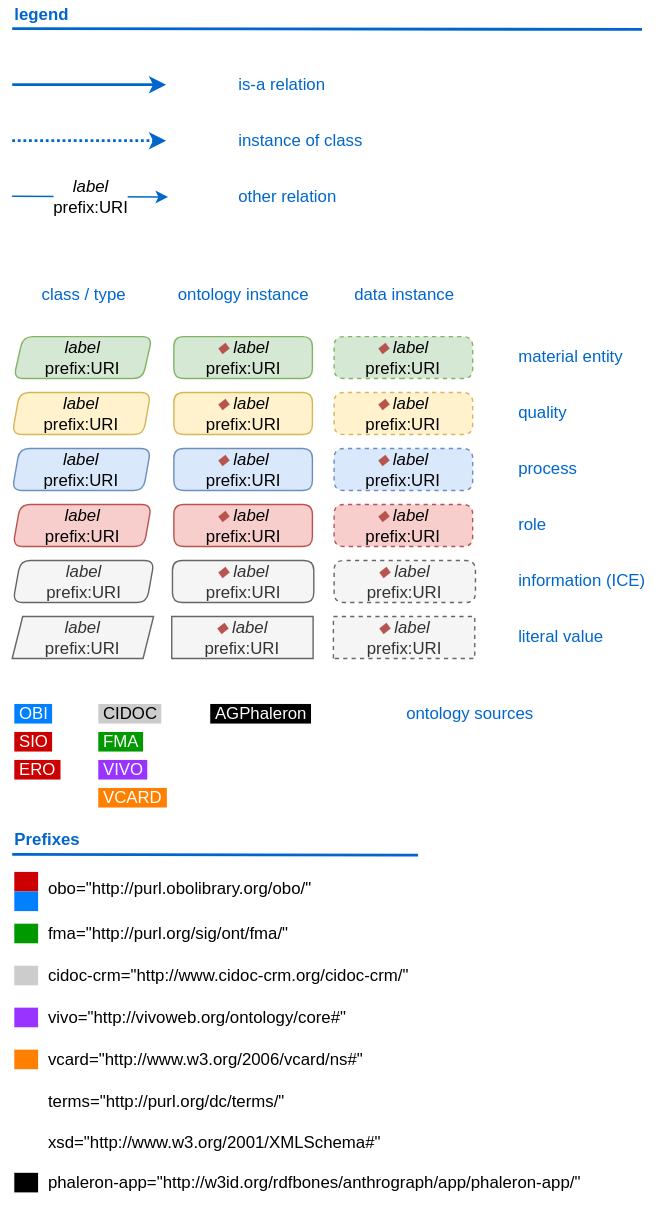
Above: NetworkGraphics/NetworkGraphLegend.svg in RDFBones/RDFBonesGraphics (draw.io), before the change. Source tidied: cells renumbered, new cells last; positions are measured from the earlier drawing's top-left corner, leaving out a move shared by most shapes.
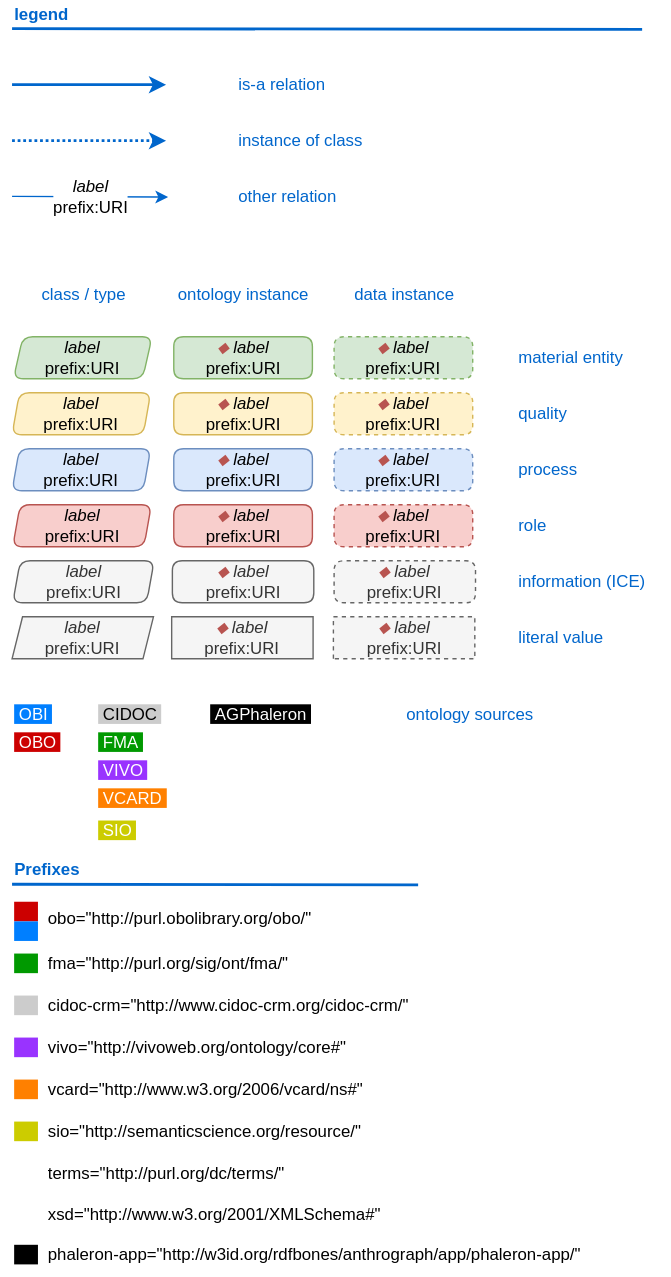
The same file after the commit.

Commit message:
Added sio prefix and corrected color code for sio.

Change to the diagram source:
```diff
@@ -136,31 +136,28 @@
     <mxCell id="41" value="&lt;font size=&quot;1&quot; color=&quot;#ffffff&quot;&gt;&lt;span style=&quot;line-height: 100% ; background-color: rgb(0 , 153 , 0) ; font-size: 12px&quot;&gt;&amp;nbsp;FMA&amp;nbsp;&lt;/span&gt;&lt;/font&gt;" style="text;html=1;align=left;verticalAlign=top;spacingTop=-4;" parent="1" vertex="1">
       <mxGeometry x="60" y="520" width="50" height="20" as="geometry" />
     </mxCell>
-    <mxCell id="42" value="&lt;font size=&quot;1&quot; color=&quot;#ffffff&quot;&gt;&lt;span style=&quot;line-height: 100% ; font-size: 12px ; background-color: rgb(204 , 0 , 0)&quot;&gt;&amp;nbsp;SIO&amp;nbsp;&lt;/span&gt;&lt;/font&gt;" style="text;html=1;align=left;verticalAlign=top;spacingTop=-4;" parent="1" vertex="1">
-      <mxGeometry y="520" width="40" height="20" as="geometry" />
-    </mxCell>
     <mxCell id="43" value="&lt;font size=&quot;1&quot; color=&quot;#ffffff&quot;&gt;&lt;span style=&quot;line-height: 100% ; font-size: 12px ; background-color: rgb(153 , 51 , 255)&quot;&gt;&amp;nbsp;VIVO&amp;nbsp;&lt;/span&gt;&lt;/font&gt;" style="text;html=1;align=left;verticalAlign=top;spacingTop=-4;" parent="1" vertex="1">
       <mxGeometry x="60" y="540" width="50" height="20" as="geometry" />
     </mxCell>
     <mxCell id="44" value="&lt;font size=&quot;1&quot; color=&quot;#ffffff&quot;&gt;&lt;span style=&quot;line-height: 100% ; font-size: 12px ; background-color: rgb(255 , 128 , 0)&quot;&gt;&amp;nbsp;VCARD&amp;nbsp;&lt;/span&gt;&lt;/font&gt;" style="text;html=1;align=left;verticalAlign=top;spacingTop=-4;" parent="1" vertex="1">
       <mxGeometry x="60" y="560" width="60" height="20" as="geometry" />
     </mxCell>
-    <mxCell id="45" value="&lt;font color=&quot;#ffffff&quot; style=&quot;font-size: 12px&quot;&gt;&lt;span style=&quot;font-size: 12px ; line-height: 100% ; background-color: rgb(204 , 0 , 0)&quot;&gt;&amp;nbsp;ERO&amp;nbsp;&lt;/span&gt;&lt;/font&gt;" style="text;html=1;align=left;verticalAlign=top;spacingTop=-4;fontSize=12;" parent="1" vertex="1">
-      <mxGeometry y="540" width="50" height="20" as="geometry" />
+    <mxCell id="45" value="&lt;font color=&quot;#ffffff&quot; style=&quot;font-size: 12px&quot;&gt;&lt;span style=&quot;font-size: 12px ; line-height: 100% ; background-color: rgb(204 , 0 , 0)&quot;&gt;&amp;nbsp;OBO&amp;nbsp;&lt;/span&gt;&lt;/font&gt;" style="text;html=1;align=left;verticalAlign=top;spacingTop=-4;fontSize=12;" parent="1" vertex="1">
+      <mxGeometry y="520" width="50" height="20" as="geometry" />
     </mxCell>
     <mxCell id="46" value="&lt;font size=&quot;1&quot; color=&quot;#ffffff&quot;&gt;&lt;span style=&quot;line-height: 100% ; font-size: 12px ; background-color: rgb(0 , 0 , 0)&quot;&gt;&amp;nbsp;AGPhaleron&amp;nbsp;&lt;/span&gt;&lt;/font&gt;" style="text;html=1;align=left;verticalAlign=top;spacingTop=-4;" parent="1" vertex="1">
       <mxGeometry x="140" y="500" width="90" height="20" as="geometry" />
     </mxCell>
-    <mxCell id="47" style="group;" parent="1" vertex="1">
-      <mxGeometry y="590" width="420" height="270" as="geometry" />
-    </mxCell>
+    <mxCell id="69" style="group;" parent="1" vertex="1">
+      <mxGeometry y="611" width="420" height="300" as="geometry" />
+    </mxCell>
-    <mxCell id="48" value="terms=&quot;http://purl.org/dc/terms/&lt;span style=&quot;color: rgba(0 , 0 , 0 , 0) ; font-family: monospace ; font-size: 0px&quot;&gt;%3CmxGraphModel%3E%3Croot%3E%3CmxCell%20id%3D%220%22%2F%3E%3CmxCell%20id%3D%221%22%20parent%3D%220%22%2F%3E%3CmxCell%20id%3D%222%22%20value%3D%22vcard%3D%26quot%3Bhttp%3A%2F%2Fwww.w3.org%2F2006%2Fvcard%2Fns%23%26lt%3Bspan%26gt%3B%26quot%3B%26lt%3B%2Fspan%26gt%3B%22%20style%3D%22text%3Bhtml%3D1%3BstrokeColor%3Dnone%3BfillColor%3Dnone%3Balign%3Dleft%3BverticalAlign%3Dmiddle%3BwhiteSpace%3Dwrap%3Brounded%3D0%3BlabelBackgroundColor%3Dnone%3B%22%20vertex%3D%221%22%20parent%3D%221%22%3E%3CmxGeometry%20x%3D%22-236%22%20y%3D%22510%22%20width%3D%22270%22%20height%3D%2230%22%20as%3D%22geometry%22%2F%3E%3C%2FmxCell%3E%3C%2Froot%3E%3C%2FmxGraphModel%3E&lt;/span&gt;&lt;span&gt;&quot;&lt;/span&gt;" style="text;html=1;strokeColor=none;fillColor=none;align=left;verticalAlign=middle;whiteSpace=wrap;rounded=0;labelBackgroundColor=none;" parent="47" vertex="1">
-      <mxGeometry x="24" y="182" width="266" height="30" as="geometry" />
+    <mxCell id="48" value="terms=&quot;http://purl.org/dc/terms/&lt;span style=&quot;color: rgba(0 , 0 , 0 , 0) ; font-family: monospace ; font-size: 0px&quot;&gt;%3CmxGraphModel%3E%3Croot%3E%3CmxCell%20id%3D%220%22%2F%3E%3CmxCell%20id%3D%221%22%20parent%3D%220%22%2F%3E%3CmxCell%20id%3D%222%22%20value%3D%22vcard%3D%26quot%3Bhttp%3A%2F%2Fwww.w3.org%2F2006%2Fvcard%2Fns%23%26lt%3Bspan%26gt%3B%26quot%3B%26lt%3B%2Fspan%26gt%3B%22%20style%3D%22text%3Bhtml%3D1%3BstrokeColor%3Dnone%3BfillColor%3Dnone%3Balign%3Dleft%3BverticalAlign%3Dmiddle%3BwhiteSpace%3Dwrap%3Brounded%3D0%3BlabelBackgroundColor%3Dnone%3B%22%20vertex%3D%221%22%20parent%3D%221%22%3E%3CmxGeometry%20x%3D%22-236%22%20y%3D%22510%22%20width%3D%22270%22%20height%3D%2230%22%20as%3D%22geometry%22%2F%3E%3C%2FmxCell%3E%3C%2Froot%3E%3C%2FmxGraphModel%3E&lt;/span&gt;&lt;span&gt;&quot;&lt;/span&gt;" style="text;html=1;strokeColor=none;fillColor=none;align=left;verticalAlign=middle;whiteSpace=wrap;rounded=0;labelBackgroundColor=none;" parent="69" vertex="1">
+      <mxGeometry x="24" y="212" width="266" height="30" as="geometry" />
     </mxCell>
-    <mxCell id="49" value="xsd=&quot;http://www.w3.org/2001/XMLSchema#&quot;" style="text;whiteSpace=wrap;html=1;" parent="47" vertex="1">
-      <mxGeometry x="24" y="212" width="266" height="30" as="geometry" />
+    <mxCell id="49" value="xsd=&quot;http://www.w3.org/2001/XMLSchema#&quot;" style="text;whiteSpace=wrap;html=1;" parent="69" vertex="1">
+      <mxGeometry x="24" y="242" width="266" height="30" as="geometry" />
     </mxCell>
-    <mxCell id="50" style="group;" parent="47" vertex="1">
+    <mxCell id="50" style="group;" parent="69" vertex="1">
       <mxGeometry y="92" width="290" height="30" as="geometry" />
     </mxCell>
     <mxCell id="51" value="&lt;font size=&quot;1&quot;&gt;&lt;span style=&quot;line-height: 100% ; background-color: rgb(204 , 204 , 204) ; font-size: 12px&quot;&gt;&amp;nbsp; &amp;nbsp; &amp;nbsp;&lt;/span&gt;&lt;/font&gt;" style="text;html=1;align=left;verticalAlign=top;spacingTop=-4;" parent="50" vertex="1">
@@ -169,7 +166,7 @@
     <mxCell id="52" value="cidoc-crm=&quot;http://www.cidoc-crm.org/cidoc-crm/&lt;span&gt;&quot;&lt;/span&gt;" style="text;html=1;strokeColor=none;fillColor=none;align=left;verticalAlign=middle;whiteSpace=wrap;rounded=0;labelBackgroundColor=none;" parent="50" vertex="1">
       <mxGeometry x="23.7" width="266.3" height="30" as="geometry" />
     </mxCell>
-    <mxCell id="53" style="group;" parent="47" vertex="1">
+    <mxCell id="53" style="group;" parent="69" vertex="1">
       <mxGeometry y="122" width="290" height="30" as="geometry" />
     </mxCell>
     <mxCell id="54" value="&lt;font size=&quot;1&quot; color=&quot;#ffffff&quot;&gt;&lt;span style=&quot;line-height: 100% ; font-size: 12px ; background-color: rgb(153 , 51 , 255)&quot;&gt;&amp;nbsp; &amp;nbsp; &amp;nbsp;&lt;/span&gt;&lt;/font&gt;" style="text;html=1;align=left;verticalAlign=top;spacingTop=-4;" parent="53" vertex="1">
@@ -178,7 +175,7 @@
     <mxCell id="55" value="vivo=&quot;http://vivoweb.org/ontology/core#&lt;span&gt;&quot;&lt;/span&gt;" style="text;html=1;strokeColor=none;fillColor=none;align=left;verticalAlign=middle;whiteSpace=wrap;rounded=0;labelBackgroundColor=none;" parent="53" vertex="1">
       <mxGeometry x="23.7" width="266.3" height="30" as="geometry" />
     </mxCell>
-    <mxCell id="56" style="group;" parent="47" vertex="1">
+    <mxCell id="56" style="group;" parent="69" vertex="1">
       <mxGeometry y="152" width="290" height="30" as="geometry" />
     </mxCell>
     <mxCell id="57" value="&lt;font size=&quot;1&quot; color=&quot;#ffffff&quot;&gt;&lt;span style=&quot;line-height: 100% ; font-size: 12px ; background-color: rgb(255 , 128 , 0)&quot;&gt;&amp;nbsp; &amp;nbsp; &amp;nbsp;&lt;/span&gt;&lt;/font&gt;" style="text;html=1;align=left;verticalAlign=top;spacingTop=-4;" parent="56" vertex="1">
@@ -187,7 +184,7 @@
     <mxCell id="58" value="vcard=&quot;http://www.w3.org/2006/vcard/ns#&lt;span&gt;&quot;&lt;/span&gt;" style="text;html=1;strokeColor=none;fillColor=none;align=left;verticalAlign=middle;whiteSpace=wrap;rounded=0;labelBackgroundColor=none;" parent="56" vertex="1">
       <mxGeometry x="23.7" width="266.3" height="30" as="geometry" />
     </mxCell>
-    <mxCell id="59" style="group;" parent="47" vertex="1">
+    <mxCell id="59" style="group;" parent="69" vertex="1">
       <mxGeometry width="290" height="20.5" as="geometry" />
     </mxCell>
     <mxCell id="60" value="&lt;font color=&quot;#0066cc&quot;&gt;Prefixes&lt;/font&gt;" style="text;html=1;align=left;verticalAlign=top;spacingTop=-4;fontStyle=1;" parent="59" vertex="1">
@@ -199,26 +196,38 @@
         <mxPoint y="20" as="targetPoint" />
       </mxGeometry>
     </mxCell>
+    <mxCell id="42" value="&lt;font size=&quot;1&quot; color=&quot;#ffffff&quot;&gt;&lt;span style=&quot;line-height: 100% ; font-size: 12px ; background-color: rgb(204 , 204 , 0)&quot;&gt;&amp;nbsp;SIO&amp;nbsp;&lt;/span&gt;&lt;/font&gt;" style="text;html=1;align=left;verticalAlign=top;spacingTop=-4;" parent="59" vertex="1">
+      <mxGeometry x="60" y="-28" width="40" height="20" as="geometry" />
+    </mxCell>
-    <mxCell id="62" value="&lt;font size=&quot;1&quot; color=&quot;#ffffff&quot;&gt;&lt;span style=&quot;line-height: 100% ; font-size: 12px ; background-color: rgb(0 , 0 , 0)&quot;&gt;&amp;nbsp; &amp;nbsp; &amp;nbsp;&lt;/span&gt;&lt;/font&gt;" style="text;html=1;align=left;verticalAlign=top;spacingTop=-4;" parent="47" vertex="1">
-      <mxGeometry y="245" width="30" height="20" as="geometry" />
+    <mxCell id="62" value="&lt;font size=&quot;1&quot; color=&quot;#ffffff&quot;&gt;&lt;span style=&quot;line-height: 100% ; font-size: 12px ; background-color: rgb(0 , 0 , 0)&quot;&gt;&amp;nbsp; &amp;nbsp; &amp;nbsp;&lt;/span&gt;&lt;/font&gt;" style="text;html=1;align=left;verticalAlign=top;spacingTop=-4;" parent="69" vertex="1">
+      <mxGeometry y="275" width="30" height="20" as="geometry" />
     </mxCell>
-    <mxCell id="63" value="phaleron-app=&quot;http://w3id.org/rdfbones/anthrograph/app/phaleron-app/&lt;span&gt;&quot;&lt;/span&gt;" style="text;html=1;strokeColor=none;fillColor=none;align=left;verticalAlign=middle;whiteSpace=wrap;rounded=0;labelBackgroundColor=none;" parent="47" vertex="1">
-      <mxGeometry x="23.7" y="240" width="396.3" height="30" as="geometry" />
+    <mxCell id="63" value="phaleron-app=&quot;http://w3id.org/rdfbones/anthrograph/app/phaleron-app/&lt;span&gt;&quot;&lt;/span&gt;" style="text;html=1;strokeColor=none;fillColor=none;align=left;verticalAlign=middle;whiteSpace=wrap;rounded=0;labelBackgroundColor=none;" parent="69" vertex="1">
+      <mxGeometry x="23.7" y="270" width="396.3" height="30" as="geometry" />
     </mxCell>
-    <mxCell id="64" value="&lt;font color=&quot;#ffffff&quot; size=&quot;1&quot;&gt;&lt;span style=&quot;line-height: 100% ; font-size: 12px ; background-color: rgb(204 , 0 , 0)&quot;&gt;&amp;nbsp; &amp;nbsp; &amp;nbsp;&lt;/span&gt;&lt;/font&gt;" style="text;html=1;align=left;verticalAlign=top;spacingTop=-4;" parent="47" vertex="1">
+    <mxCell id="64" value="&lt;font color=&quot;#ffffff&quot; size=&quot;1&quot;&gt;&lt;span style=&quot;line-height: 100% ; font-size: 12px ; background-color: rgb(204 , 0 , 0)&quot;&gt;&amp;nbsp; &amp;nbsp; &amp;nbsp;&lt;/span&gt;&lt;/font&gt;" style="text;html=1;align=left;verticalAlign=top;spacingTop=-4;" parent="69" vertex="1">
       <mxGeometry y="30" width="30" height="20" as="geometry" />
     </mxCell>
-    <mxCell id="65" value="&lt;font color=&quot;#ffffff&quot; style=&quot;font-size: 12px&quot;&gt;&lt;span style=&quot;font-size: 12px ; line-height: 100% ; background-color: rgb(0 , 127 , 255)&quot;&gt;&amp;nbsp; &amp;nbsp; &amp;nbsp;&lt;/span&gt;&lt;/font&gt;" style="text;html=1;align=left;verticalAlign=top;spacingTop=-4;fontSize=12;" parent="47" vertex="1">
+    <mxCell id="65" value="&lt;font color=&quot;#ffffff&quot; style=&quot;font-size: 12px&quot;&gt;&lt;span style=&quot;font-size: 12px ; line-height: 100% ; background-color: rgb(0 , 127 , 255)&quot;&gt;&amp;nbsp; &amp;nbsp; &amp;nbsp;&lt;/span&gt;&lt;/font&gt;" style="text;html=1;align=left;verticalAlign=top;spacingTop=-4;fontSize=12;" parent="69" vertex="1">
       <mxGeometry y="44" width="30" height="20" as="geometry" />
     </mxCell>
-    <mxCell id="66" value="obo=&quot;http://purl.obolibrary.org/obo/&quot;" style="text;html=1;strokeColor=none;fillColor=none;align=left;verticalAlign=middle;whiteSpace=wrap;rounded=0;labelBackgroundColor=none;" parent="47" vertex="1">
+    <mxCell id="66" value="obo=&quot;http://purl.obolibrary.org/obo/&quot;" style="text;html=1;strokeColor=none;fillColor=none;align=left;verticalAlign=middle;whiteSpace=wrap;rounded=0;labelBackgroundColor=none;" parent="69" vertex="1">
       <mxGeometry x="24" y="30" width="258.9" height="30" as="geometry" />
     </mxCell>
-    <mxCell id="67" value="&lt;font size=&quot;1&quot; color=&quot;#ffffff&quot;&gt;&lt;span style=&quot;line-height: 100% ; background-color: rgb(0 , 153 , 0) ; font-size: 12px&quot;&gt;&amp;nbsp; &amp;nbsp; &amp;nbsp;&lt;/span&gt;&lt;/font&gt;" style="text;html=1;align=left;verticalAlign=top;spacingTop=-4;" parent="47" vertex="1">
+    <mxCell id="67" value="&lt;font size=&quot;1&quot; color=&quot;#ffffff&quot;&gt;&lt;span style=&quot;line-height: 100% ; background-color: rgb(0 , 153 , 0) ; font-size: 12px&quot;&gt;&amp;nbsp; &amp;nbsp; &amp;nbsp;&lt;/span&gt;&lt;/font&gt;" style="text;html=1;align=left;verticalAlign=top;spacingTop=-4;" parent="69" vertex="1">
       <mxGeometry y="67" width="30" height="20" as="geometry" />
     </mxCell>
-    <mxCell id="68" value="fma=&quot;&lt;span&gt;http://purl.org/sig/ont/fma/&lt;/span&gt;&lt;span&gt;&quot;&lt;/span&gt;" style="text;html=1;strokeColor=none;fillColor=none;align=left;verticalAlign=middle;whiteSpace=wrap;rounded=0;labelBackgroundColor=none;" parent="47" vertex="1">
+    <mxCell id="68" value="fma=&quot;&lt;span&gt;http://purl.org/sig/ont/fma/&lt;/span&gt;&lt;span&gt;&quot;&lt;/span&gt;" style="text;html=1;strokeColor=none;fillColor=none;align=left;verticalAlign=middle;whiteSpace=wrap;rounded=0;labelBackgroundColor=none;" parent="69" vertex="1">
       <mxGeometry x="24" y="62" width="250" height="30" as="geometry" />
     </mxCell>
+    <mxCell id="70" style="group;" parent="69" vertex="1">
+      <mxGeometry y="182" width="290" height="30" as="geometry" />
+    </mxCell>
+    <mxCell id="71" value="&lt;font size=&quot;1&quot; color=&quot;#ffffff&quot;&gt;&lt;span style=&quot;line-height: 100% ; font-size: 12px ; background-color: rgb(204 , 204 , 0)&quot;&gt;&amp;nbsp; &amp;nbsp; &amp;nbsp;&lt;/span&gt;&lt;/font&gt;" style="text;html=1;align=left;verticalAlign=top;spacingTop=-4;" parent="70" vertex="1">
+      <mxGeometry y="5" width="30" height="20" as="geometry" />
+    </mxCell>
+    <mxCell id="72" value="sio=&quot;http://semanticscience.org/resource/&lt;span&gt;&quot;&lt;/span&gt;" style="text;html=1;strokeColor=none;fillColor=none;align=left;verticalAlign=middle;whiteSpace=wrap;rounded=0;labelBackgroundColor=none;" parent="70" vertex="1">
+      <mxGeometry x="23.7" width="266.3" height="30" as="geometry" />
+    </mxCell>
   </root>
 </mxGraphModel>
```
